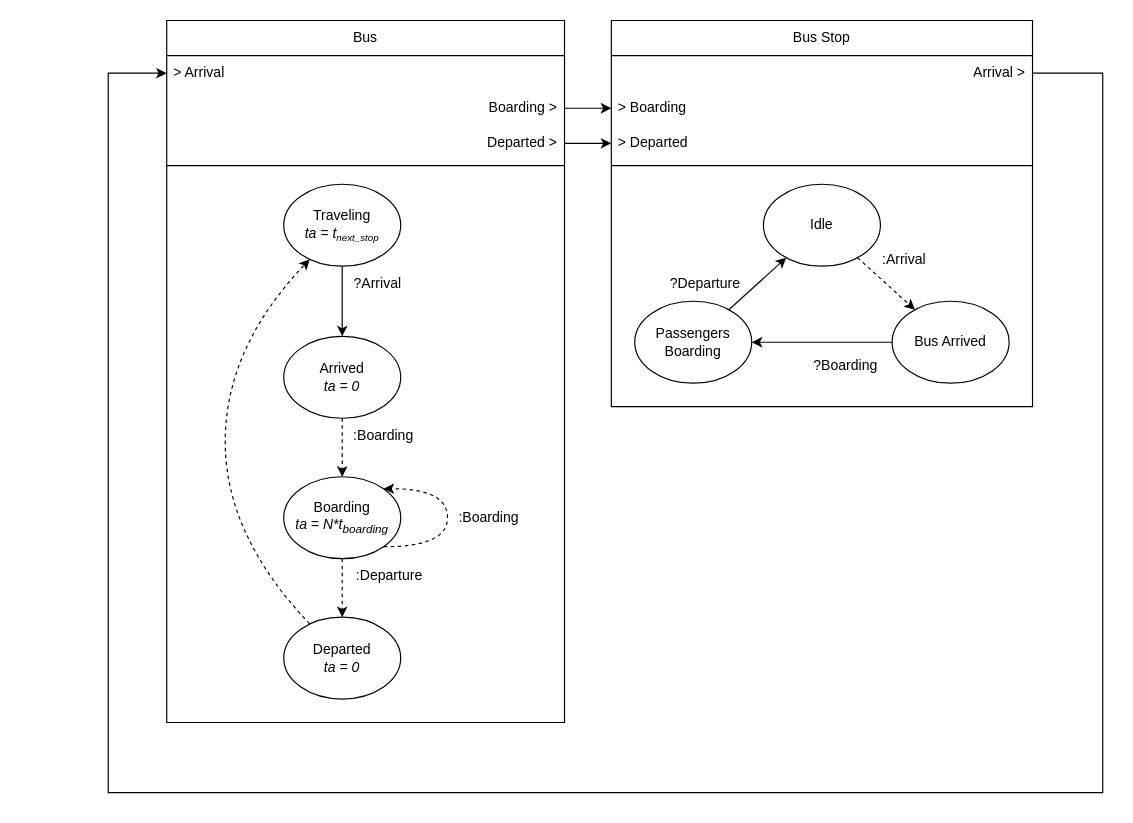
Before: docs/assets/DEVS.drawio in LukasKatona/bakalarka, a draw.io diagram. Source tidied: cells renumbered, new cells numbered last; positions are measured from the earlier drawing's top-left corner, leaving out a move shared by most shapes. Both pictures are drawn from the tidied source at 117%, with x=0, y=0 at pixel (108, 20).
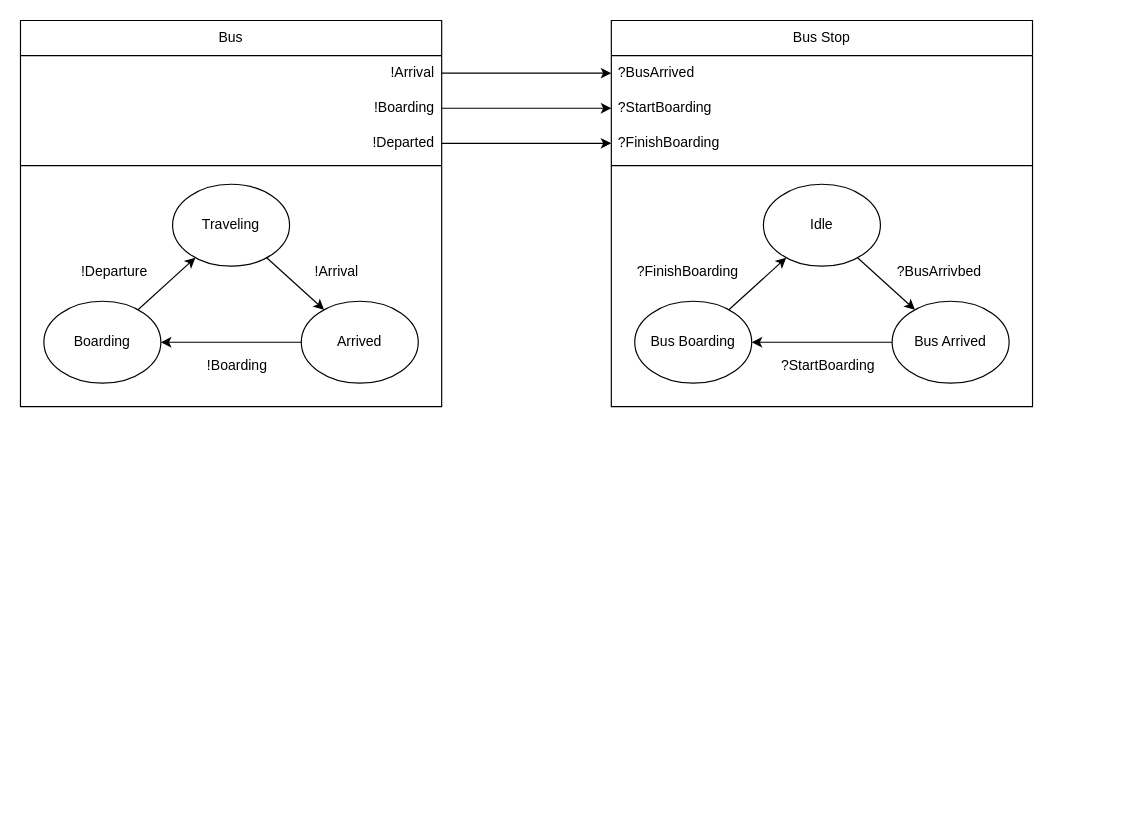
Above is the later version.

Commit message (it also covers changes not shown here):
feat: DEVS bus model simplified

Unchanged cells that the change refers to:
```xml
<mxCell id="8" value="Bus Stop" style="swimlane;fontStyle=0;horizontal=1;startSize=30;whiteSpace=wrap;html=1;" parent="1" vertex="1">
  <mxGeometry x="430" width="360" height="330" as="geometry" />
</mxCell>
<mxCell id="28" value="Idle" style="ellipse;whiteSpace=wrap;html=1;" parent="1" vertex="1">
  <mxGeometry x="560" y="140" width="100" height="70" as="geometry" />
</mxCell>
<mxCell id="30" value="Bus Arrived" style="ellipse;whiteSpace=wrap;html=1;" parent="1" vertex="1">
  <mxGeometry x="670" y="240" width="100" height="70" as="geometry" />
</mxCell>
```

Change to the diagram source:
```diff
@@
     <mxCell id="2" value="Bus" style="swimlane;fontStyle=0;horizontal=1;startSize=30;whiteSpace=wrap;html=1;" parent="1" vertex="1">
-      <mxGeometry x="50" width="340" height="600" as="geometry" />
+      <mxGeometry x="-75" width="360" height="330" as="geometry" />
     </mxCell>
-    <mxCell id="3" value="&amp;gt; Arrival" style="text;strokeColor=none;fillColor=none;align=left;verticalAlign=middle;spacingLeft=4;spacingRight=4;overflow=hidden;points=[[0,0.5],[1,0.5]];portConstraint=eastwest;whiteSpace=wrap;html=1;" parent="2" vertex="1">
-      <mxGeometry y="30" width="340" height="30" as="geometry" />
-    </mxCell>
-    <mxCell id="4" value="&lt;div align=&quot;right&quot;&gt;Boarding &amp;gt;&lt;br&gt;&lt;/div&gt;" style="text;strokeColor=none;fillColor=none;align=right;verticalAlign=middle;spacingLeft=4;spacingRight=4;overflow=hidden;points=[[0,0.5],[1,0.5]];portConstraint=eastwest;whiteSpace=wrap;html=1;" parent="2" vertex="1">
-      <mxGeometry y="60" width="340" height="30" as="geometry" />
-    </mxCell>
-    <mxCell id="5" value="&lt;div align=&quot;right&quot;&gt;Departed &amp;gt;&lt;br&gt;&lt;/div&gt;" style="text;strokeColor=none;fillColor=none;align=right;verticalAlign=middle;spacingLeft=4;spacingRight=4;overflow=hidden;points=[[0,0.5],[1,0.5]];portConstraint=eastwest;whiteSpace=wrap;html=1;" parent="2" vertex="1">
-      <mxGeometry y="90" width="340" height="30" as="geometry" />
-    </mxCell>
-    <mxCell id="6" style="line;strokeWidth=1;fillColor=none;align=left;verticalAlign=middle;spacingTop=-1;spacingLeft=3;spacingRight=3;labelPosition=right;strokeColor=inherit;" parent="2" vertex="1">
-      <mxGeometry y="120" width="340" height="8" as="geometry" />
-    </mxCell>
-    <mxCell id="7" style="text;strokeColor=none;fillColor=none;align=left;verticalAlign=middle;spacingTop=-1;spacingLeft=4;spacingRight=4;labelPosition=right;" parent="2" vertex="1">
-      <mxGeometry y="128" width="340" height="472" as="geometry" />
-    </mxCell>
+    <mxCell id="39" value="!Arrival" style="text;strokeColor=none;fillColor=none;align=right;verticalAlign=middle;spacingLeft=4;spacingRight=4;overflow=hidden;points=[[0,0.5],[1,0.5]];portConstraint=eastwest;whiteSpace=wrap;html=1;" parent="2" vertex="1">
+      <mxGeometry y="30" width="360" height="30" as="geometry" />
+    </mxCell>
+    <mxCell id="40" value="&lt;div align=&quot;right&quot;&gt;!Boarding&lt;br&gt;&lt;/div&gt;" style="text;strokeColor=none;fillColor=none;align=right;verticalAlign=middle;spacingLeft=4;spacingRight=4;overflow=hidden;points=[[0,0.5],[1,0.5]];portConstraint=eastwest;whiteSpace=wrap;html=1;" parent="2" vertex="1">
+      <mxGeometry y="60" width="360" height="30" as="geometry" />
+    </mxCell>
+    <mxCell id="41" value="&lt;div align=&quot;right&quot;&gt;!Departed&lt;br&gt;&lt;/div&gt;" style="text;strokeColor=none;fillColor=none;align=right;verticalAlign=middle;spacingLeft=4;spacingRight=4;overflow=hidden;points=[[0,0.5],[1,0.5]];portConstraint=eastwest;whiteSpace=wrap;html=1;" parent="2" vertex="1">
+      <mxGeometry y="90" width="360" height="30" as="geometry" />
+    </mxCell>
+    <mxCell id="42" style="line;strokeWidth=1;fillColor=none;align=left;verticalAlign=middle;spacingTop=-1;spacingLeft=3;spacingRight=3;labelPosition=right;strokeColor=inherit;" parent="2" vertex="1">
+      <mxGeometry y="120" width="360" height="8" as="geometry" />
+    </mxCell>
+    <mxCell id="43" style="text;strokeColor=none;fillColor=none;align=left;verticalAlign=middle;spacingTop=-1;spacingLeft=4;spacingRight=4;labelPosition=right;" parent="2" vertex="1">
+      <mxGeometry y="128" width="360" height="202" as="geometry" />
+    </mxCell>
@@
-    <mxCell id="9" value="Arrival &amp;gt;" style="text;strokeColor=none;fillColor=none;align=right;verticalAlign=middle;spacingLeft=4;spacingRight=4;overflow=hidden;points=[[0,0.5],[1,0.5]];portConstraint=eastwest;whiteSpace=wrap;html=1;" parent="8" vertex="1">
-      <mxGeometry y="30" width="360" height="30" as="geometry" />
-    </mxCell>
-    <mxCell id="10" value="&lt;div&gt;&amp;gt; Boarding&lt;/div&gt;" style="text;strokeColor=none;fillColor=none;align=left;verticalAlign=middle;spacingLeft=4;spacingRight=4;overflow=hidden;points=[[0,0.5],[1,0.5]];portConstraint=eastwest;whiteSpace=wrap;html=1;" parent="8" vertex="1">
-      <mxGeometry y="60" width="360" height="30" as="geometry" />
-    </mxCell>
-    <mxCell id="11" value="&lt;div&gt;&amp;gt; Departed&lt;/div&gt;" style="text;strokeColor=none;fillColor=none;align=left;verticalAlign=middle;spacingLeft=4;spacingRight=4;overflow=hidden;points=[[0,0.5],[1,0.5]];portConstraint=eastwest;whiteSpace=wrap;html=1;" parent="8" vertex="1">
-      <mxGeometry y="90" width="360" height="30" as="geometry" />
-    </mxCell>
-    <mxCell id="12" style="line;strokeWidth=1;fillColor=none;align=left;verticalAlign=middle;spacingTop=-1;spacingLeft=3;spacingRight=3;labelPosition=right;strokeColor=inherit;" parent="8" vertex="1">
-      <mxGeometry y="120" width="360" height="8" as="geometry" />
-    </mxCell>
-    <mxCell id="13" style="text;strokeColor=none;fillColor=none;align=left;verticalAlign=middle;spacingTop=-1;spacingLeft=4;spacingRight=4;labelPosition=right;" parent="8" vertex="1">
-      <mxGeometry y="128" width="360" height="202" as="geometry" />
-    </mxCell>
-    <mxCell id="14" style="edgeStyle=orthogonalEdgeStyle;rounded=0;jettySize=auto;html=1;" parent="1" edge="1" source="4" target="10">
-      <mxGeometry relative="1" as="geometry" />
-    </mxCell>
-    <mxCell id="15" style="edgeStyle=orthogonalEdgeStyle;rounded=0;jettySize=auto;html=1;" parent="1" edge="1" source="5" target="11">
-      <mxGeometry relative="1" as="geometry" />
-    </mxCell>
-    <mxCell id="16" style="edgeStyle=orthogonalEdgeStyle;rounded=0;jettySize=auto;html=1;" parent="1" edge="1" source="9" target="3">
-      <mxGeometry relative="1" as="geometry">
-        <Array as="points">
-          <mxPoint x="850" y="45" />
-          <mxPoint x="850" y="660" />
-          <mxPoint y="660" />
-          <mxPoint y="45" />
-        </Array>
-      </mxGeometry>
-    </mxCell>
-    <mxCell id="17" style="edgeStyle=orthogonalEdgeStyle;rounded=0;jettySize=auto;html=1;dashed=1;" parent="1" edge="1" source="18" target="21">
-      <mxGeometry relative="1" as="geometry" />
-    </mxCell>
-    <mxCell id="18" value="Arrived&lt;div&gt;&lt;i&gt;ta = 0&lt;/i&gt;&lt;/div&gt;" style="ellipse;whiteSpace=wrap;html=1;" parent="1" vertex="1">
-      <mxGeometry x="150" y="270" width="100" height="70" as="geometry" />
-    </mxCell>
-    <mxCell id="19" style="edgeStyle=orthogonalEdgeStyle;rounded=0;jettySize=auto;html=1;" parent="1" edge="1" source="20" target="18">
-      <mxGeometry relative="1" as="geometry" />
-    </mxCell>
-    <mxCell id="20" value="Traveling&lt;div&gt;&lt;i&gt;ta = t&lt;span style=&quot;font-size: 10px;&quot;&gt;&lt;sub&gt;next_stop&lt;/sub&gt;&lt;/span&gt;&lt;/i&gt;&lt;/div&gt;" style="ellipse;whiteSpace=wrap;html=1;" parent="1" vertex="1">
-      <mxGeometry x="150" y="140" width="100" height="70" as="geometry" />
-    </mxCell>
-    <mxCell id="21" value="Boarding&lt;div&gt;&lt;i&gt;ta = N*t&lt;sub&gt;boarding&lt;/sub&gt;&lt;/i&gt;&lt;/div&gt;" style="ellipse;whiteSpace=wrap;html=1;" parent="1" vertex="1">
-      <mxGeometry x="150" y="390" width="100" height="70" as="geometry" />
-    </mxCell>
-    <mxCell id="22" value="Departed&lt;div&gt;&lt;i&gt;ta = 0&lt;/i&gt;&lt;/div&gt;" style="ellipse;whiteSpace=wrap;html=1;" parent="1" vertex="1">
-      <mxGeometry x="150" y="510" width="100" height="70" as="geometry" />
-    </mxCell>
-    <mxCell id="23" value="?Arrival" style="text;html=1;align=center;verticalAlign=middle;strokeColor=none;fillColor=none;" parent="1" vertex="1">
-      <mxGeometry x="200" y="210" width="60" height="30" as="geometry" />
-    </mxCell>
-    <mxCell id="24" style="endArrow=classic;dashed=1;html=1;rounded=0;endFill=1;" parent="1" edge="1" source="21" target="22">
-      <mxGeometry relative="1" as="geometry" />
-    </mxCell>
-    <mxCell id="25" value=":Departure" style="text;html=1;align=center;verticalAlign=middle;strokeColor=none;fillColor=none;" parent="1" vertex="1">
-      <mxGeometry x="200" y="460" width="80" height="30" as="geometry" />
-    </mxCell>
-    <mxCell id="26" value=":Boarding" style="text;html=1;align=center;verticalAlign=middle;strokeColor=none;fillColor=none;" parent="1" vertex="1">
-      <mxGeometry x="290" y="410" width="70" height="30" as="geometry" />
-    </mxCell>
-    <mxCell id="27" style="curved=1;endArrow=classic;html=1;rounded=0;exitX=1;exitY=1;exitDx=0;exitDy=0;entryX=1;entryY=0;entryDx=0;entryDy=0;dashed=1;" parent="1" edge="1" source="21" target="21">
-      <mxGeometry relative="1" as="geometry">
-        <Array as="points">
-          <mxPoint x="290" y="450" />
-          <mxPoint x="290" y="400" />
-        </Array>
-      </mxGeometry>
-    </mxCell>
+    <mxCell id="44" value="?BusArrived" style="text;strokeColor=none;fillColor=none;align=left;verticalAlign=middle;spacingLeft=4;spacingRight=4;overflow=hidden;points=[[0,0.5],[1,0.5]];portConstraint=eastwest;whiteSpace=wrap;html=1;" parent="8" vertex="1">
+      <mxGeometry y="30" width="360" height="30" as="geometry" />
+    </mxCell>
+    <mxCell id="45" value="&lt;div&gt;?StartBoarding&lt;/div&gt;" style="text;strokeColor=none;fillColor=none;align=left;verticalAlign=middle;spacingLeft=4;spacingRight=4;overflow=hidden;points=[[0,0.5],[1,0.5]];portConstraint=eastwest;whiteSpace=wrap;html=1;" parent="8" vertex="1">
+      <mxGeometry y="60" width="360" height="30" as="geometry" />
+    </mxCell>
+    <mxCell id="46" value="&lt;div&gt;?FinishBoarding&lt;/div&gt;" style="text;strokeColor=none;fillColor=none;align=left;verticalAlign=middle;spacingLeft=4;spacingRight=4;overflow=hidden;points=[[0,0.5],[1,0.5]];portConstraint=eastwest;whiteSpace=wrap;html=1;" parent="8" vertex="1">
+      <mxGeometry y="90" width="360" height="30" as="geometry" />
+    </mxCell>
+    <mxCell id="47" style="line;strokeWidth=1;fillColor=none;align=left;verticalAlign=middle;spacingTop=-1;spacingLeft=3;spacingRight=3;labelPosition=right;strokeColor=inherit;" parent="8" vertex="1">
+      <mxGeometry y="120" width="360" height="8" as="geometry" />
+    </mxCell>
+    <mxCell id="48" style="text;strokeColor=none;fillColor=none;align=left;verticalAlign=middle;spacingTop=-1;spacingLeft=4;spacingRight=4;labelPosition=right;" parent="8" vertex="1">
+      <mxGeometry y="128" width="360" height="202" as="geometry" />
+    </mxCell>
+    <mxCell id="49" style="edgeStyle=orthogonalEdgeStyle;rounded=0;jettySize=auto;html=1;" parent="1" edge="1" source="40" target="45">
+      <mxGeometry relative="1" as="geometry" />
+    </mxCell>
+    <mxCell id="50" style="edgeStyle=orthogonalEdgeStyle;rounded=0;jettySize=auto;html=1;" parent="1" edge="1" source="41" target="46">
+      <mxGeometry relative="1" as="geometry" />
+    </mxCell>
@@
-    <mxCell id="29" style="edgeStyle=orthogonalEdgeStyle;rounded=0;jettySize=auto;html=1;" parent="1" edge="1" source="30" target="32">
-      <mxGeometry relative="1" as="geometry" />
-    </mxCell>
+    <mxCell id="51" style="edgeStyle=orthogonalEdgeStyle;rounded=0;jettySize=auto;html=1;" parent="1" edge="1" source="30" target="53">
+      <mxGeometry relative="1" as="geometry" />
+    </mxCell>
@@
-    <mxCell id="31" style="rounded=0;jettySize=auto;html=1;" parent="1" edge="1" source="32" target="28">
-      <mxGeometry relative="1" as="geometry" />
-    </mxCell>
-    <mxCell id="32" value="&lt;div&gt;Passengers&lt;/div&gt;&lt;div&gt;Boarding&lt;br&gt;&lt;/div&gt;" style="ellipse;whiteSpace=wrap;html=1;" parent="1" vertex="1">
-      <mxGeometry x="450" y="240" width="100" height="70" as="geometry" />
-    </mxCell>
+    <mxCell id="52" style="rounded=0;jettySize=auto;html=1;" parent="1" edge="1" source="53" target="28">
+      <mxGeometry relative="1" as="geometry" />
+    </mxCell>
+    <mxCell id="53" value="&lt;div&gt;Bus Boarding&lt;/div&gt;" style="ellipse;whiteSpace=wrap;html=1;" parent="1" vertex="1">
+      <mxGeometry x="450" y="240" width="100" height="70" as="geometry" />
+    </mxCell>
-    <mxCell id="33" style="endArrow=classic;dashed=1;html=1;rounded=0;endFill=1;" parent="1" edge="1" source="28" target="30">
+    <mxCell id="33" style="endArrow=classic;html=1;rounded=0;endFill=1;" parent="1" edge="1" source="28" target="30">
       <mxGeometry relative="1" as="geometry" />
     </mxCell>
-    <mxCell id="34" value=":Arrival" style="text;html=1;align=center;verticalAlign=middle;strokeColor=none;fillColor=none;" parent="1" vertex="1">
-      <mxGeometry x="650" y="190" width="60" height="30" as="geometry" />
-    </mxCell>
-    <mxCell id="35" value="?Boarding" style="text;html=1;align=center;verticalAlign=middle;strokeColor=none;fillColor=none;" parent="1" vertex="1">
-      <mxGeometry x="590" y="280" width="80" height="30" as="geometry" />
-    </mxCell>
-    <mxCell id="36" value="&lt;div&gt;?Departure&lt;/div&gt;" style="text;html=1;align=center;verticalAlign=middle;strokeColor=none;fillColor=none;" parent="1" vertex="1">
-      <mxGeometry x="470" y="210" width="80" height="30" as="geometry" />
-    </mxCell>
-    <mxCell id="37" value=":Boarding" style="text;html=1;align=center;verticalAlign=middle;strokeColor=none;fillColor=none;" parent="1" vertex="1">
-      <mxGeometry x="200" y="340" width="70" height="30" as="geometry" />
-    </mxCell>
-    <mxCell id="38" style="curved=1;endArrow=classic;html=1;rounded=0;dashed=1;" parent="1" edge="1" source="22" target="20">
-      <mxGeometry relative="1" as="geometry">
-        <Array as="points">
-          <mxPoint x="100" y="440" />
-          <mxPoint x="100" y="280" />
-        </Array>
-      </mxGeometry>
-    </mxCell>
+    <mxCell id="54" value="?BusArrivbed" style="text;html=1;align=center;verticalAlign=middle;strokeColor=none;fillColor=none;" parent="1" vertex="1">
+      <mxGeometry x="660" y="200" width="100" height="30" as="geometry" />
+    </mxCell>
+    <mxCell id="55" value="?StartBoarding" style="text;html=1;align=center;verticalAlign=middle;strokeColor=none;fillColor=none;" parent="1" vertex="1">
+      <mxGeometry x="565" y="280" width="100" height="30" as="geometry" />
+    </mxCell>
+    <mxCell id="56" value="&lt;div&gt;?FinishBoarding&lt;/div&gt;" style="text;html=1;align=center;verticalAlign=middle;strokeColor=none;fillColor=none;" parent="1" vertex="1">
+      <mxGeometry x="440" y="200" width="110" height="30" as="geometry" />
+    </mxCell>
+    <mxCell id="57" style="rounded=0;jettySize=auto;html=1;" parent="1" edge="1" source="58" target="61">
+      <mxGeometry relative="1" as="geometry" />
+    </mxCell>
+    <mxCell id="58" value="Arrived" style="ellipse;whiteSpace=wrap;html=1;" parent="1" vertex="1">
+      <mxGeometry x="165" y="240" width="100" height="70" as="geometry" />
+    </mxCell>
+    <mxCell id="59" style="rounded=0;jettySize=auto;html=1;" parent="1" edge="1" source="60" target="58">
+      <mxGeometry relative="1" as="geometry" />
+    </mxCell>
+    <mxCell id="60" value="Traveling" style="ellipse;whiteSpace=wrap;html=1;" parent="1" vertex="1">
+      <mxGeometry x="55" y="140" width="100" height="70" as="geometry" />
+    </mxCell>
+    <mxCell id="61" value="Boarding" style="ellipse;whiteSpace=wrap;html=1;" parent="1" vertex="1">
+      <mxGeometry x="-55" y="240" width="100" height="70" as="geometry" />
+    </mxCell>
+    <mxCell id="62" value="!Arrival" style="text;html=1;align=center;verticalAlign=middle;strokeColor=none;fillColor=none;" parent="1" vertex="1">
+      <mxGeometry x="165" y="200" width="60" height="30" as="geometry" />
+    </mxCell>
+    <mxCell id="63" style="endArrow=classic;html=1;rounded=0;endFill=1;" parent="1" edge="1" source="61" target="60">
+      <mxGeometry relative="1" as="geometry" />
+    </mxCell>
+    <mxCell id="64" value="!Departure" style="text;html=1;align=center;verticalAlign=middle;strokeColor=none;fillColor=none;" parent="1" vertex="1">
+      <mxGeometry x="-35" y="200" width="80" height="30" as="geometry" />
+    </mxCell>
+    <mxCell id="65" value="!Boarding" style="text;html=1;align=center;verticalAlign=middle;strokeColor=none;fillColor=none;" parent="1" vertex="1">
+      <mxGeometry x="75" y="280" width="70" height="30" as="geometry" />
+    </mxCell>
+    <mxCell id="66" style="edgeStyle=orthogonalEdgeStyle;rounded=0;jettySize=auto;html=1;" parent="1" edge="1" source="39" target="44">
+      <mxGeometry relative="1" as="geometry" />
+    </mxCell>
```
